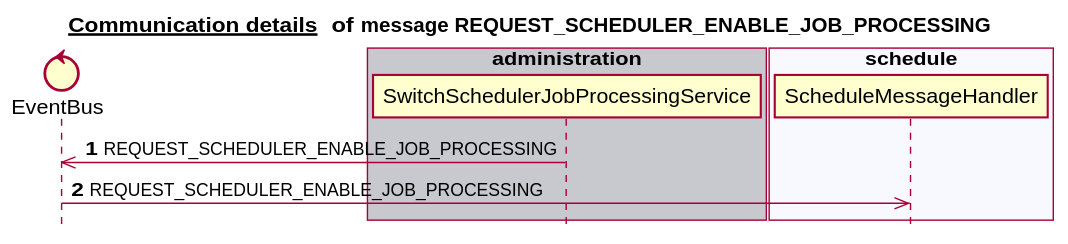
The PlantUML diagram docs/latest/images/gen_domain_messaging_request_scheduler_enable_job_processing.svg in mercedes-benz/sechub, before a commit.
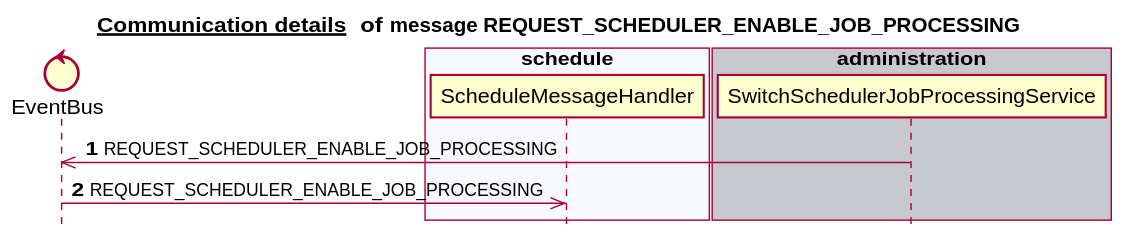
After the commit.

What changed in the source:
```diff
@@ -6,17 +6,17 @@
 
 
 control EventBus
-box "notification" #C8C8CF
-end box
-box "authorization" #F8F8FF
-end box
-box "administration" #C8C8CF
-   participant SwitchSchedulerJobProcessingService
+box "scan" #C8C8CF
 end box
 box "schedule" #F8F8FF
    participant ScheduleMessageHandler
 end box
-box "scan" #C8C8CF
+box "authorization" #C8C8CF
+end box
+box "notification" #F8F8FF
+end box
+box "administration" #C8C8CF
+   participant SwitchSchedulerJobProcessingService
 end box
 autonumber 1
 SwitchSchedulerJobProcessingService ->> EventBus:REQUEST_SCHEDULER_ENABLE_JOB_PROCESSING
```
